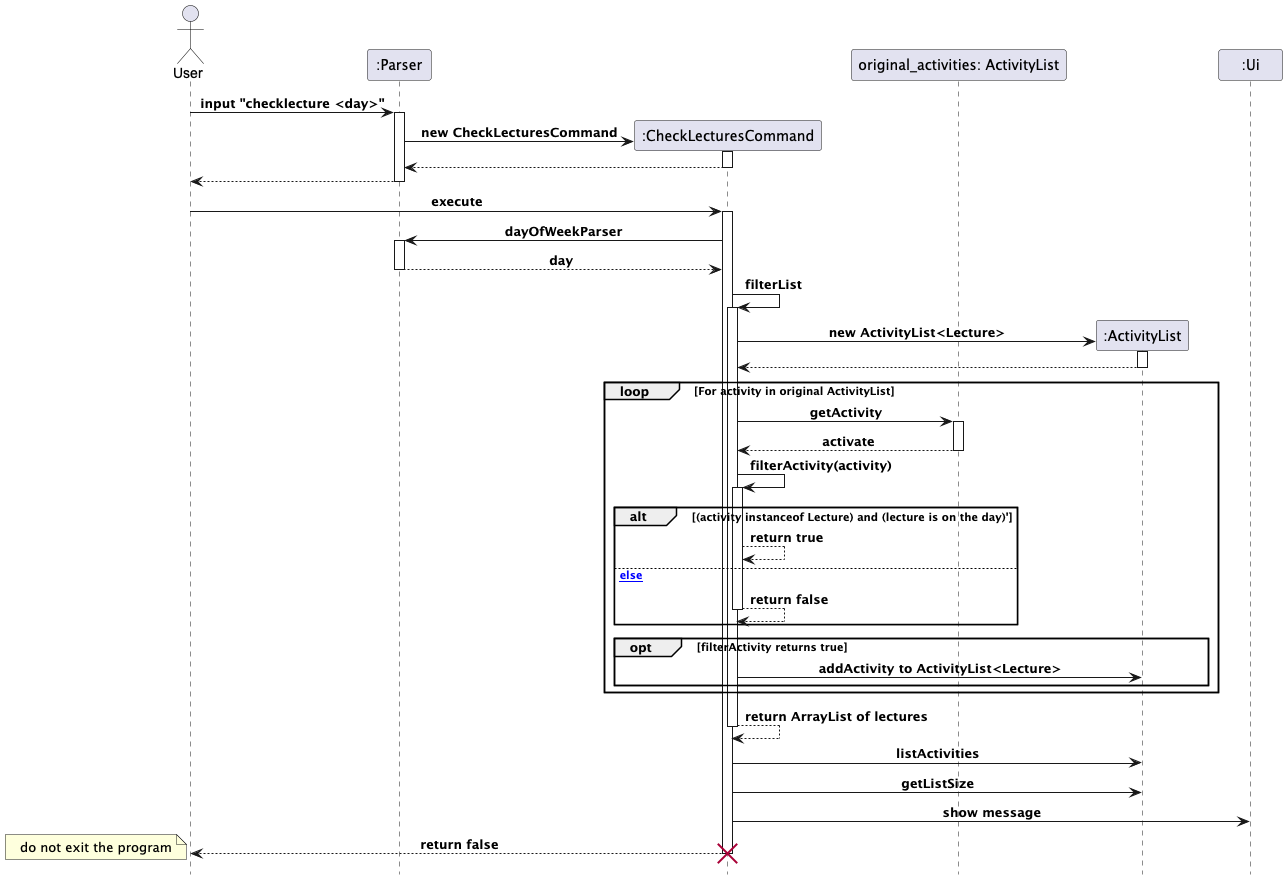
This is docs/images/checkLecture_sequence.png from Kennahh/tp, a PlantUML export, as it was before one commit.
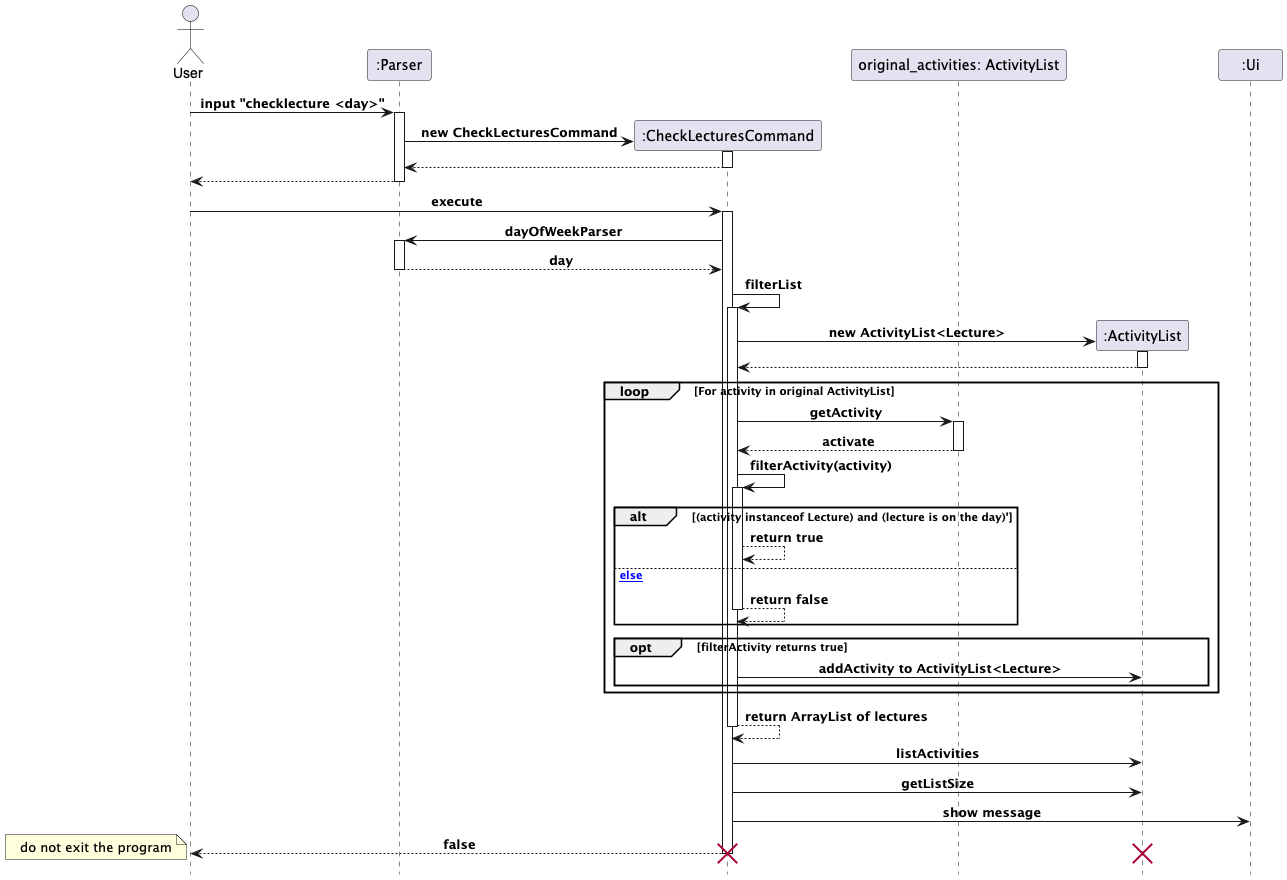
The same file after the commit.

Change to the diagram source:
```diff
@@ -55,9 +55,10 @@
 CheckLecturesCommand -> ActivityList: listActivities
 CheckLecturesCommand -> ActivityList: getListSize
 CheckLecturesCommand -> Ui: show message
-CheckLecturesCommand --> User: return false
-destroy CheckLecturesCommand
+CheckLecturesCommand --> User:  false
+destroy ActivityList
 note left: do not exit the program
 deactivate CheckLecturesCommand
+destroy CheckLecturesCommand
 
 @enduml
```
